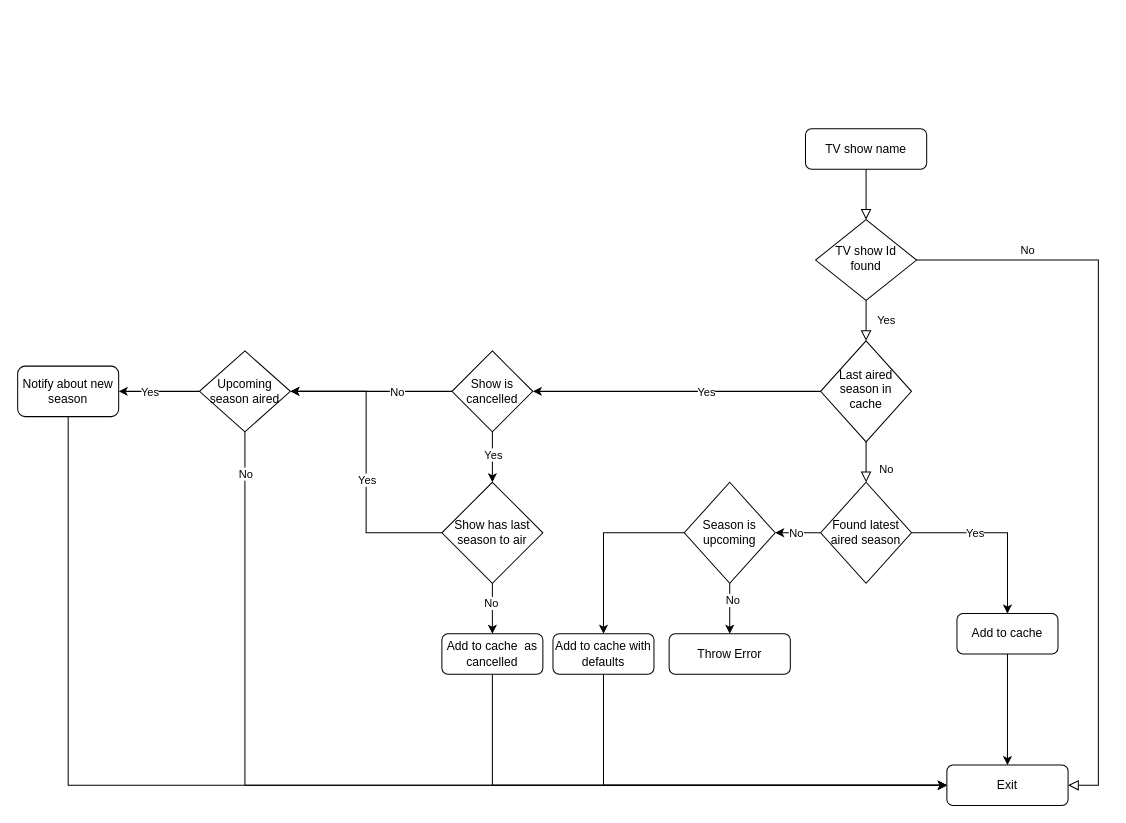
Above: flowchart.drawio in aivarasatk/TvSeriesNotifications (draw.io), before the change. Source tidied: cells renumbered, new cells numbered last; positions are measured from the earlier drawing's top-left corner, leaving out a move shared by most shapes. Both pictures are drawn from the tidied source at 101%, with x=0, y=0 at pixel (17, 128).
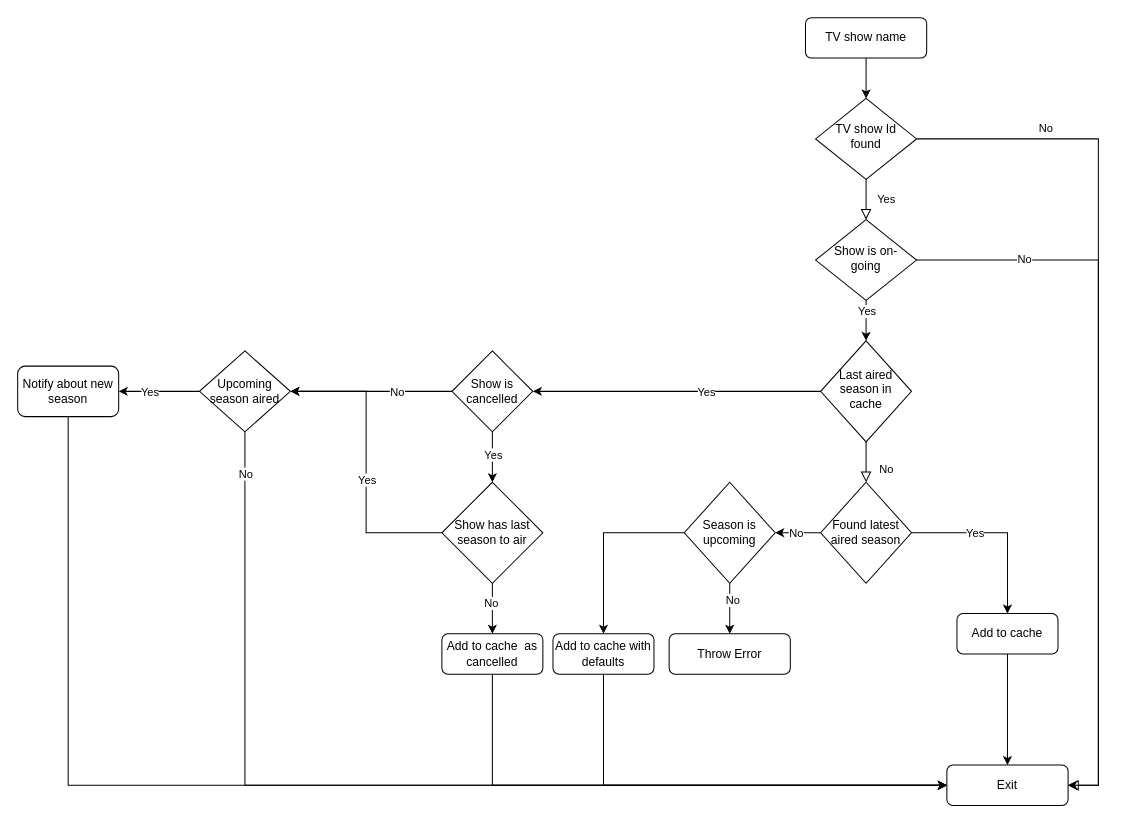
The same diagram, later.

The change refers to these unchanged cells:
```xml
<mxCell id="7" value="Exit" style="rounded=1;whiteSpace=wrap;html=1;fontSize=12;glass=0;strokeWidth=1;shadow=0;" parent="1" vertex="1">
  <mxGeometry x="920" y="630" width="120" height="40" as="geometry" />
</mxCell>
<mxCell id="11" value="Last aired season in cache" style="rhombus;whiteSpace=wrap;html=1;shadow=0;fontFamily=Helvetica;fontSize=12;align=center;strokeWidth=1;spacing=6;spacingTop=-4;" parent="1" vertex="1">
  <mxGeometry x="795" y="210" width="90" height="100" as="geometry" />
</mxCell>
```

Change to the diagram source:
```diff
@@
-    <mxCell id="2" style="rounded=0;html=1;jettySize=auto;fontSize=11;endArrow=block;endFill=0;endSize=8;strokeWidth=1;shadow=0;labelBackgroundColor=none;edgeStyle=orthogonalEdgeStyle;" parent="1" edge="1" source="3" target="6">
+    <mxCell id="2" style="edgeStyle=orthogonalEdgeStyle;rounded=0;jettySize=auto;html=1;entryX=0.5;entryY=0;entryDx=0;entryDy=0;" parent="1" edge="1" source="3" target="6">
       <mxGeometry relative="1" as="geometry" />
     </mxCell>
     <mxCell id="3" value="TV show name" style="rounded=1;whiteSpace=wrap;html=1;fontSize=12;glass=0;strokeWidth=1;shadow=0;" parent="1" vertex="1">
-      <mxGeometry x="780" width="120" height="40" as="geometry" />
+      <mxGeometry x="780" y="-110" width="120" height="40" as="geometry" />
     </mxCell>
-    <mxCell id="4" value="Yes" style="rounded=0;html=1;jettySize=auto;fontSize=11;endArrow=block;endFill=0;endSize=8;strokeWidth=1;shadow=0;labelBackgroundColor=none;edgeStyle=orthogonalEdgeStyle;" parent="1" edge="1" source="6" target="11">
+    <mxCell id="4" value="Yes" style="rounded=0;html=1;jettySize=auto;fontSize=11;endArrow=block;endFill=0;endSize=8;strokeWidth=1;shadow=0;labelBackgroundColor=none;edgeStyle=orthogonalEdgeStyle;entryX=0.5;entryY=0;entryDx=0;entryDy=0;" parent="1" edge="1" source="6" target="49">
       <mxGeometry y="20" relative="1" as="geometry" />
     </mxCell>
     <mxCell id="5" value="No" style="edgeStyle=orthogonalEdgeStyle;rounded=0;html=1;jettySize=auto;fontSize=11;endArrow=block;endFill=0;endSize=8;strokeWidth=1;shadow=0;labelBackgroundColor=none;entryX=1;entryY=0.5;entryDx=0;entryDy=0;" parent="1" edge="1" source="6" target="7">
       <mxGeometry x="-0.7" y="10" relative="1" as="geometry">
         <Array as="points">
-          <mxPoint x="1070" y="130" />
+          <mxPoint x="1070" y="10" />
           <mxPoint x="1070" y="650" />
         </Array>
       </mxGeometry>
     </mxCell>
     <mxCell id="6" value="TV show Id found" style="rhombus;whiteSpace=wrap;html=1;shadow=0;fontFamily=Helvetica;fontSize=12;align=center;strokeWidth=1;spacing=6;spacingTop=-4;" parent="1" vertex="1">
-      <mxGeometry x="790" y="90" width="100" height="80" as="geometry" />
+      <mxGeometry x="790" y="-30" width="100" height="80" as="geometry" />
     </mxCell>
@@
+    <mxCell id="45" style="edgeStyle=orthogonalEdgeStyle;rounded=0;jettySize=auto;html=1;entryX=1;entryY=0.5;entryDx=0;entryDy=0;" parent="1" edge="1" source="49" target="7">
+      <mxGeometry relative="1" as="geometry">
+        <Array as="points">
+          <mxPoint x="1070" y="130" />
+          <mxPoint x="1070" y="650" />
+        </Array>
+      </mxGeometry>
+    </mxCell>
+    <mxCell id="46" value="No" style="edgeLabel;html=1;align=center;verticalAlign=middle;" parent="45" vertex="1">
+      <mxGeometry x="-0.71" y="2" relative="1" as="geometry" />
+    </mxCell>
+    <mxCell id="47" style="edgeStyle=orthogonalEdgeStyle;rounded=0;jettySize=auto;html=1;entryX=0.5;entryY=0;entryDx=0;entryDy=0;" parent="1" edge="1" source="49" target="11">
+      <mxGeometry relative="1" as="geometry" />
+    </mxCell>
+    <mxCell id="48" value="Yes" style="edgeLabel;html=1;align=center;verticalAlign=middle;" parent="47" vertex="1">
+      <mxGeometry x="0.3" y="2" relative="1" as="geometry">
+        <mxPoint x="-2" y="-16" as="offset" />
+      </mxGeometry>
+    </mxCell>
+    <mxCell id="49" value="Show is on-going" style="rhombus;whiteSpace=wrap;html=1;shadow=0;fontFamily=Helvetica;fontSize=12;align=center;strokeWidth=1;spacing=6;spacingTop=-4;" parent="1" vertex="1">
+      <mxGeometry x="790" y="90" width="100" height="80" as="geometry" />
+    </mxCell>
```
